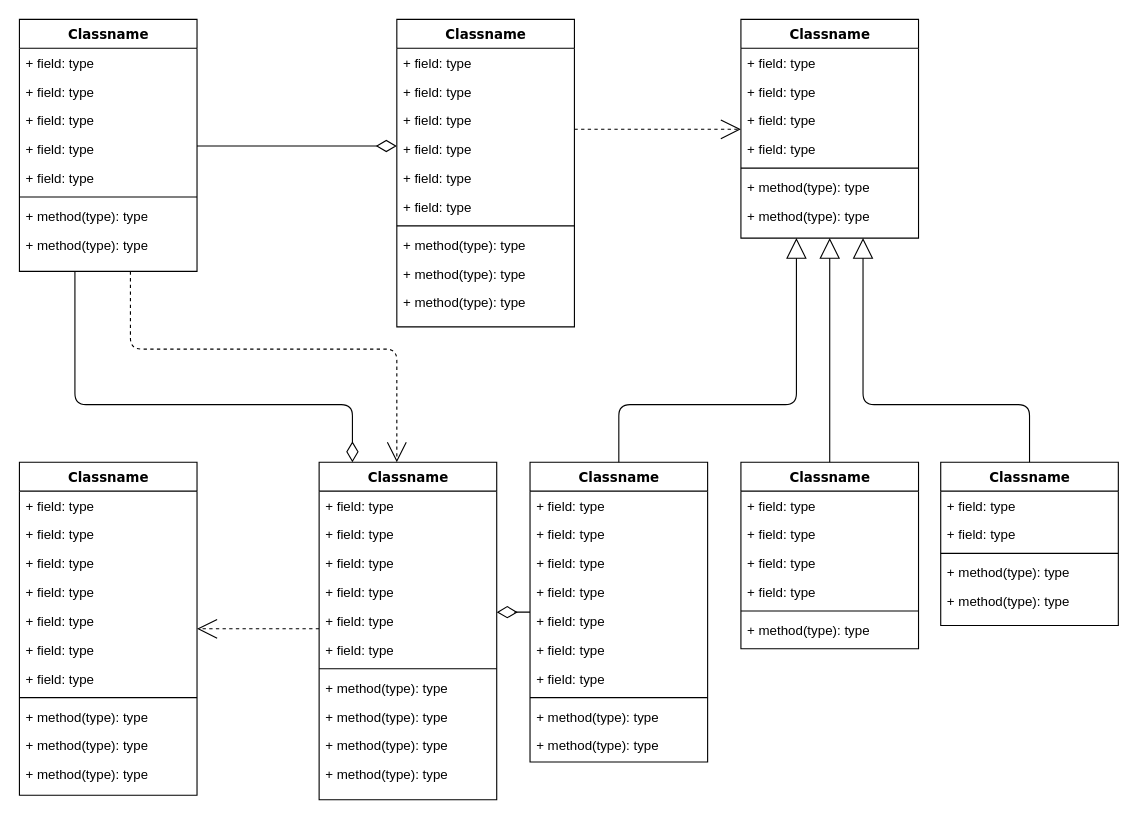
UsielOM/BackEndFC19 keeps this draw.io diagram as Diagrama sin título.drawio. Above is the earlier version. Source tidied: cells renumbered, new cells numbered last; positions are measured from the earlier drawing's top-left corner, leaving out a move shared by most shapes. Both pictures are drawn from the tidied source at 111%, with x=0, y=0 at pixel (19, 19).
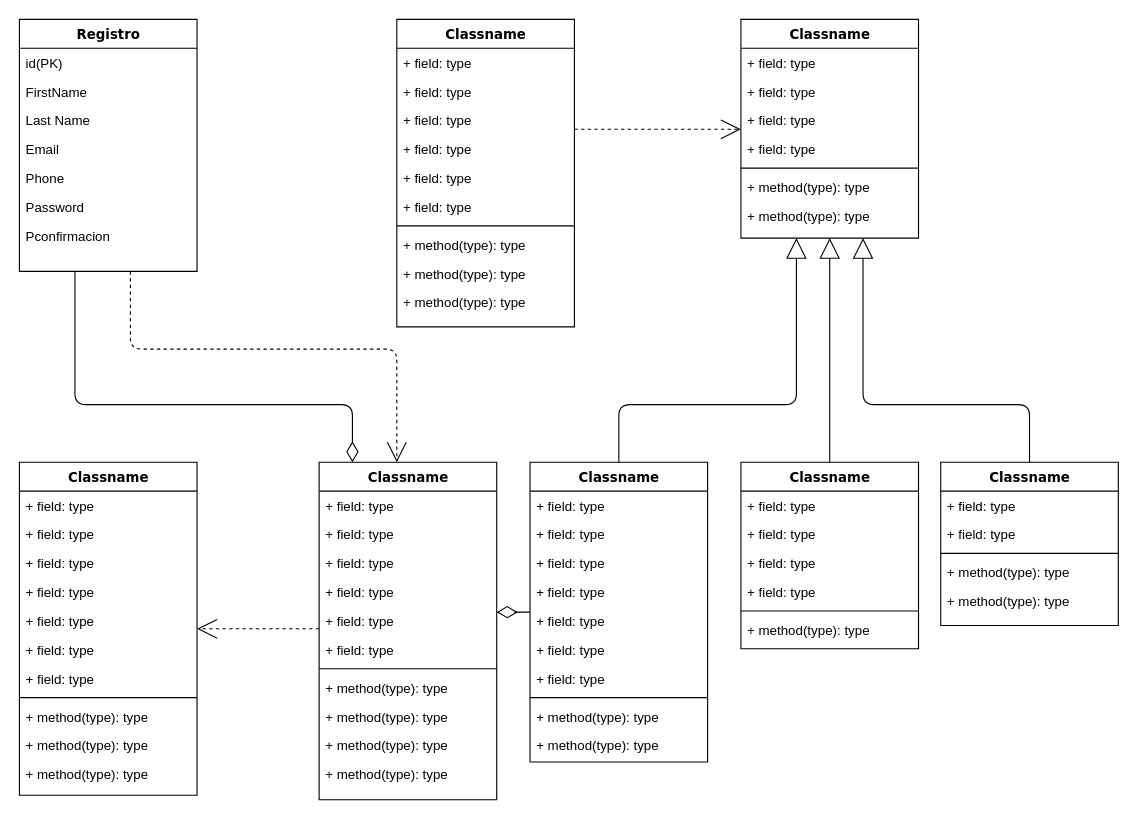
The same page after the edit.

Unchanged cells that the change refers to:
```xml
<mxCell id="14" value="Classname" style="swimlane;html=1;fontStyle=1;align=center;verticalAlign=top;horizontal=1;startSize=26;swimlaneFillColor=#ffffff;rounded=0;shadow=0;comic=0;labelBackgroundColor=none;strokeWidth=1;fillColor=none;fontFamily=Verdana;fontSize=12;" parent="1" vertex="1">
  <mxGeometry x="340" width="160" height="277" as="geometry" />
</mxCell>
```

What changed in the source:
```diff
@@
-    <mxCell id="4" value="Classname" style="swimlane;html=1;fontStyle=1;align=center;verticalAlign=top;horizontal=1;startSize=26;swimlaneFillColor=#ffffff;rounded=0;shadow=0;comic=0;labelBackgroundColor=none;strokeWidth=1;fillColor=none;fontFamily=Verdana;fontSize=12;" parent="1" vertex="1">
+    <mxCell id="4" value="Registro" style="swimlane;html=1;fontStyle=1;align=center;verticalAlign=top;horizontal=1;startSize=26;swimlaneFillColor=#ffffff;rounded=0;shadow=0;comic=0;labelBackgroundColor=none;strokeWidth=1;fillColor=none;fontFamily=Verdana;fontSize=12;" parent="1" vertex="1">
       <mxGeometry width="160" height="227" as="geometry" />
     </mxCell>
-    <mxCell id="5" value="+ field: type" style="text;html=1;strokeColor=none;fillColor=none;align=left;verticalAlign=top;spacingLeft=4;spacingRight=4;whiteSpace=wrap;overflow=hidden;" parent="4" vertex="1">
+    <mxCell id="5" value="id(PK)" style="text;html=1;strokeColor=none;fillColor=none;align=left;verticalAlign=top;spacingLeft=4;spacingRight=4;whiteSpace=wrap;overflow=hidden;" parent="4" vertex="1">
       <mxGeometry y="26" width="160" height="26" as="geometry" />
     </mxCell>
-    <mxCell id="6" value="+ field: type" style="text;html=1;strokeColor=none;fillColor=none;align=left;verticalAlign=top;spacingLeft=4;spacingRight=4;whiteSpace=wrap;overflow=hidden;" parent="4" vertex="1">
+    <mxCell id="6" value="FirstName" style="text;html=1;strokeColor=none;fillColor=none;align=left;verticalAlign=top;spacingLeft=4;spacingRight=4;whiteSpace=wrap;overflow=hidden;" parent="4" vertex="1">
       <mxGeometry y="52" width="160" height="26" as="geometry" />
     </mxCell>
-    <mxCell id="7" value="+ field: type" style="text;html=1;strokeColor=none;fillColor=none;align=left;verticalAlign=top;spacingLeft=4;spacingRight=4;whiteSpace=wrap;overflow=hidden;" parent="4" vertex="1">
+    <mxCell id="7" value="Last Name" style="text;html=1;strokeColor=none;fillColor=none;align=left;verticalAlign=top;spacingLeft=4;spacingRight=4;whiteSpace=wrap;overflow=hidden;" parent="4" vertex="1">
       <mxGeometry y="78" width="160" height="26" as="geometry" />
     </mxCell>
-    <mxCell id="8" value="+ field: type" style="text;html=1;strokeColor=none;fillColor=none;align=left;verticalAlign=top;spacingLeft=4;spacingRight=4;whiteSpace=wrap;overflow=hidden;" parent="4" vertex="1">
+    <mxCell id="8" value="Email" style="text;html=1;strokeColor=none;fillColor=none;align=left;verticalAlign=top;spacingLeft=4;spacingRight=4;whiteSpace=wrap;overflow=hidden;" parent="4" vertex="1">
       <mxGeometry y="104" width="160" height="26" as="geometry" />
     </mxCell>
-    <mxCell id="9" value="+ field: type" style="text;html=1;strokeColor=none;fillColor=none;align=left;verticalAlign=top;spacingLeft=4;spacingRight=4;whiteSpace=wrap;overflow=hidden;" parent="4" vertex="1">
+    <mxCell id="9" value="Phone" style="text;html=1;strokeColor=none;fillColor=none;align=left;verticalAlign=top;spacingLeft=4;spacingRight=4;whiteSpace=wrap;overflow=hidden;" parent="4" vertex="1">
       <mxGeometry y="130" width="160" height="26" as="geometry" />
     </mxCell>
-    <mxCell id="10" style="line;html=1;strokeWidth=1;fillColor=none;align=left;verticalAlign=middle;spacingTop=-1;spacingLeft=3;spacingRight=3;labelPosition=right;" parent="4" vertex="1">
-      <mxGeometry y="156" width="160" height="8" as="geometry" />
-    </mxCell>
-    <mxCell id="11" value="+ method(type): type" style="text;html=1;strokeColor=none;fillColor=none;align=left;verticalAlign=top;spacingLeft=4;spacingRight=4;whiteSpace=wrap;overflow=hidden;" parent="4" vertex="1">
-      <mxGeometry y="164" width="160" height="26" as="geometry" />
-    </mxCell>
-    <mxCell id="12" value="+ method(type): type" style="text;html=1;strokeColor=none;fillColor=none;align=left;verticalAlign=top;spacingLeft=4;spacingRight=4;whiteSpace=wrap;overflow=hidden;" parent="4" vertex="1">
-      <mxGeometry y="190" width="160" height="26" as="geometry" />
-    </mxCell>
+    <mxCell id="87" value="Password" style="text;html=1;strokeColor=none;fillColor=none;align=left;verticalAlign=top;spacingLeft=4;spacingRight=4;whiteSpace=wrap;overflow=hidden;" parent="4" vertex="1">
+      <mxGeometry y="156" width="160" height="26" as="geometry" />
+    </mxCell>
+    <mxCell id="88" value="Pconfirmacion" style="text;html=1;strokeColor=none;fillColor=none;align=left;verticalAlign=top;spacingLeft=4;spacingRight=4;whiteSpace=wrap;overflow=hidden;" parent="4" vertex="1">
+      <mxGeometry y="182" width="160" height="26" as="geometry" />
+    </mxCell>
@@
-    <mxCell id="86" style="edgeStyle=elbowEdgeStyle;html=1;labelBackgroundColor=none;startFill=0;startSize=8;endArrow=diamondThin;endFill=0;endSize=16;fontFamily=Verdana;fontSize=12;elbow=vertical;" parent="1" edge="1" source="4" target="14">
-      <mxGeometry relative="1" as="geometry" />
-    </mxCell>
```
